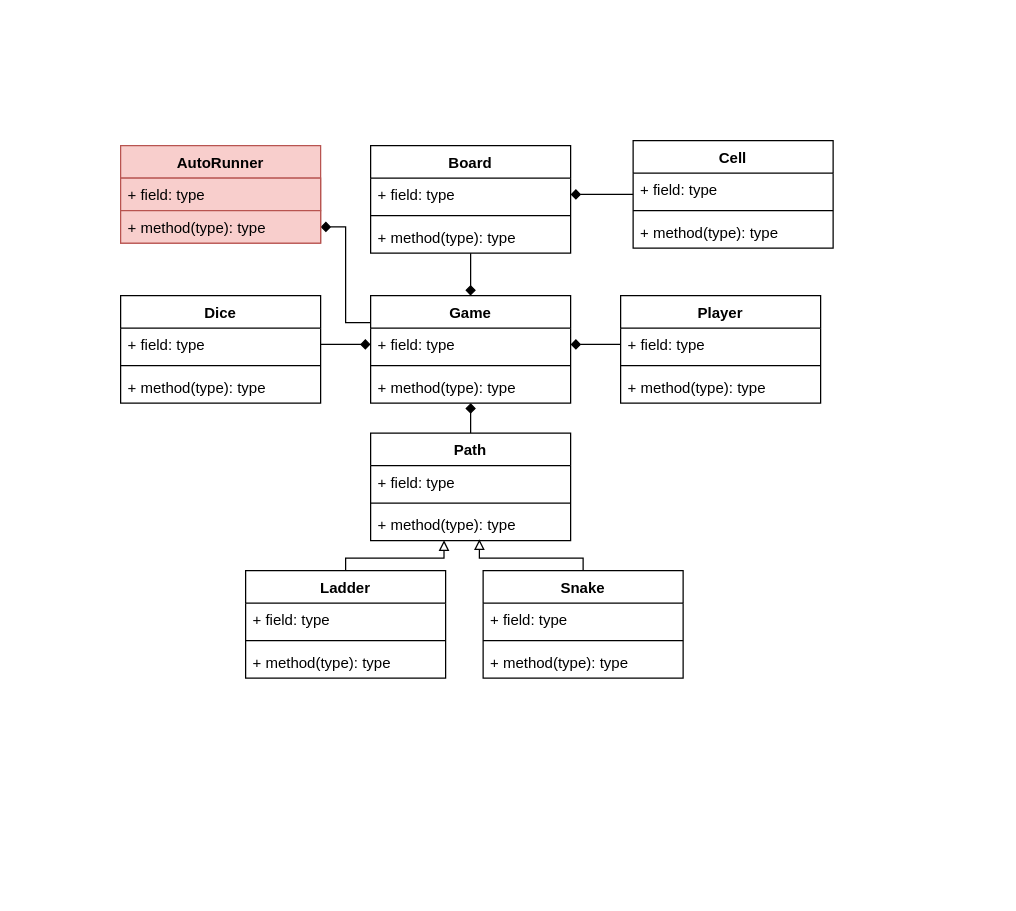
Before: SnakeAndLadder/SnakeAndLadder.drawio in graypacket/lldproblems, a draw.io diagram. Source tidied: cells renumbered, new cells numbered last; positions are measured from the earlier drawing's top-left corner, leaving out a move shared by most shapes. Both pictures are drawn from the tidied source at 125%, with x=0, y=0 at pixel (120, 140).
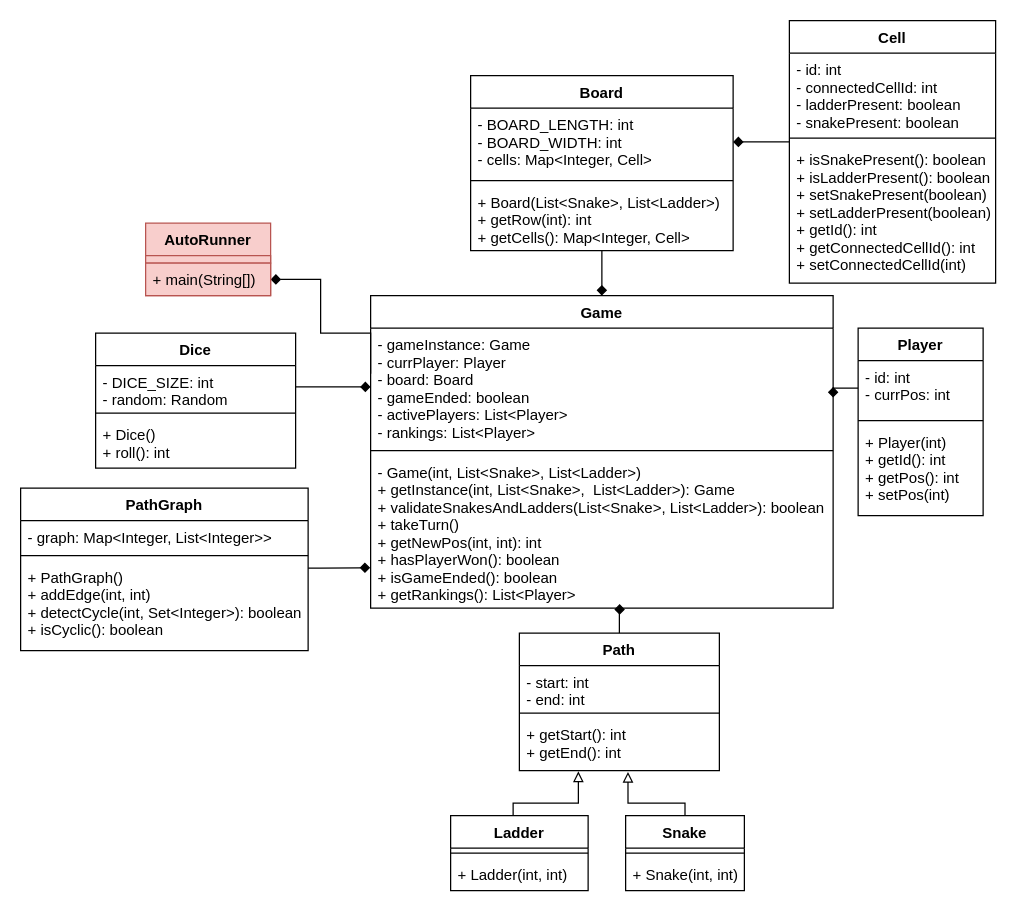
Above is the later version.

Diff of the diagram source:
```diff
@@
     <mxCell id="2" style="edgeStyle=orthogonalEdgeStyle;rounded=0;jettySize=auto;html=1;entryX=0.5;entryY=0;entryDx=0;entryDy=0;endArrow=diamond;endFill=1;" parent="1" edge="1" source="3" target="8">
-      <mxGeometry relative="1" as="geometry" />
+      <mxGeometry relative="1" as="geometry">
+        <Array as="points">
+          <mxPoint x="385" y="74" />
+          <mxPoint x="385" y="74" />
+        </Array>
+      </mxGeometry>
     </mxCell>
     <mxCell id="3" value="Board" style="swimlane;fontStyle=1;align=center;verticalAlign=top;horizontal=1;startSize=26;" parent="1" vertex="1">
-      <mxGeometry x="200" y="4" width="160" height="86" as="geometry" />
+      <mxGeometry x="280" y="-52" width="210" height="140" as="geometry" />
     </mxCell>
-    <mxCell id="4" value="+ field: type" style="text;strokeColor=none;fillColor=none;align=left;verticalAlign=top;spacingLeft=4;spacingRight=4;overflow=hidden;points=[[0,0.5],[1,0.5]];portConstraint=eastwest;" parent="3" vertex="1">
-      <mxGeometry y="26" width="160" height="26" as="geometry" />
+    <mxCell id="4" value="- BOARD_LENGTH: int&#10;- BOARD_WIDTH: int&#10;- cells: Map&lt;Integer, Cell&gt;" style="text;strokeColor=none;fillColor=none;align=left;verticalAlign=top;spacingLeft=4;spacingRight=4;overflow=hidden;points=[[0,0.5],[1,0.5]];portConstraint=eastwest;" parent="3" vertex="1">
+      <mxGeometry y="26" width="210" height="54" as="geometry" />
     </mxCell>
     <mxCell id="5" style="line;strokeWidth=1;fillColor=none;align=left;verticalAlign=middle;spacingTop=-1;spacingLeft=3;spacingRight=3;labelPosition=right;" parent="3" vertex="1">
-      <mxGeometry y="52" width="160" height="8" as="geometry" />
+      <mxGeometry y="80" width="210" height="8" as="geometry" />
     </mxCell>
-    <mxCell id="6" value="+ method(type): type" style="text;strokeColor=none;fillColor=none;align=left;verticalAlign=top;spacingLeft=4;spacingRight=4;overflow=hidden;" parent="3" vertex="1">
-      <mxGeometry y="60" width="160" height="26" as="geometry" />
+    <mxCell id="6" value="+ Board(List&lt;Snake&gt;, List&lt;Ladder&gt;)&#10;+ getRow(int): int&#10;+ getCells(): Map&lt;Integer, Cell&gt;&#10;" style="text;strokeColor=none;fillColor=none;align=left;verticalAlign=top;spacingLeft=4;spacingRight=4;overflow=hidden;" parent="3" vertex="1">
+      <mxGeometry y="88" width="210" height="52" as="geometry" />
     </mxCell>
     <mxCell id="7" style="edgeStyle=orthogonalEdgeStyle;rounded=0;jettySize=auto;html=1;exitX=0;exitY=0.25;exitDx=0;exitDy=0;endArrow=diamond;endFill=1;" parent="1" edge="1" source="8" target="40">
-      <mxGeometry relative="1" as="geometry" />
+      <mxGeometry relative="1" as="geometry">
+        <Array as="points">
+          <mxPoint x="200" y="154" />
+          <mxPoint x="160" y="154" />
+          <mxPoint x="160" y="111" />
+        </Array>
+      </mxGeometry>
     </mxCell>
     <mxCell id="8" value="Game" style="swimlane;fontStyle=1;align=center;verticalAlign=top;horizontal=1;startSize=26;" parent="1" vertex="1">
-      <mxGeometry x="200" y="124" width="160" height="86" as="geometry" />
+      <mxGeometry x="200" y="124" width="370" height="250" as="geometry" />
     </mxCell>
-    <mxCell id="9" value="+ field: type" style="text;strokeColor=none;fillColor=none;align=left;verticalAlign=top;spacingLeft=4;spacingRight=4;overflow=hidden;points=[[0,0.5],[1,0.5]];portConstraint=eastwest;" parent="8" vertex="1">
-      <mxGeometry y="26" width="160" height="26" as="geometry" />
+    <mxCell id="9" value="- gameInstance: Game&#10;- currPlayer: Player&#10;- board: Board&#10;- gameEnded: boolean&#10;- activePlayers: List&lt;Player&gt;&#10;- rankings: List&lt;Player&gt;" style="text;strokeColor=none;fillColor=none;align=left;verticalAlign=top;spacingLeft=4;spacingRight=4;overflow=hidden;points=[[0,0.5],[1,0.5]];portConstraint=eastwest;" parent="8" vertex="1">
+      <mxGeometry y="26" width="370" height="94" as="geometry" />
     </mxCell>
     <mxCell id="10" style="line;strokeWidth=1;fillColor=none;align=left;verticalAlign=middle;spacingTop=-1;spacingLeft=3;spacingRight=3;labelPosition=right;" parent="8" vertex="1">
-      <mxGeometry y="52" width="160" height="8" as="geometry" />
+      <mxGeometry y="120" width="370" height="8" as="geometry" />
     </mxCell>
-    <mxCell id="11" value="+ method(type): type" style="text;strokeColor=none;fillColor=none;align=left;verticalAlign=top;spacingLeft=4;spacingRight=4;overflow=hidden;points=[[0,0.5],[1,0.5]];portConstraint=eastwest;" parent="8" vertex="1">
-      <mxGeometry y="60" width="160" height="26" as="geometry" />
+    <mxCell id="11" value="- Game(int, List&lt;Snake&gt;, List&lt;Ladder&gt;)&#10;+ getInstance(int, List&lt;Snake&gt;,  List&lt;Ladder&gt;): Game&#10;+ validateSnakesAndLadders(List&lt;Snake&gt;, List&lt;Ladder&gt;): boolean&#10;+ takeTurn()&#10;+ getNewPos(int, int): int&#10;+ hasPlayerWon(): boolean&#10;+ isGameEnded(): boolean&#10;+ getRankings(): List&lt;Player&gt;&#10;" style="text;strokeColor=none;fillColor=none;align=left;verticalAlign=top;spacingLeft=4;spacingRight=4;overflow=hidden;points=[[0,0.5],[1,0.5]];portConstraint=eastwest;" parent="8" vertex="1">
+      <mxGeometry y="128" width="370" height="122" as="geometry" />
     </mxCell>
     <mxCell id="12" value="Player" style="swimlane;fontStyle=1;align=center;verticalAlign=top;horizontal=1;startSize=26;" parent="1" vertex="1">
-      <mxGeometry x="400" y="124" width="160" height="86" as="geometry" />
+      <mxGeometry x="590" y="150" width="100" height="150" as="geometry" />
     </mxCell>
-    <mxCell id="13" value="+ field: type" style="text;strokeColor=none;fillColor=none;align=left;verticalAlign=top;spacingLeft=4;spacingRight=4;overflow=hidden;points=[[0,0.5],[1,0.5]];portConstraint=eastwest;" parent="12" vertex="1">
-      <mxGeometry y="26" width="160" height="26" as="geometry" />
+    <mxCell id="13" value="- id: int&#10;- currPos: int" style="text;strokeColor=none;fillColor=none;align=left;verticalAlign=top;spacingLeft=4;spacingRight=4;overflow=hidden;points=[[0,0.5],[1,0.5]];portConstraint=eastwest;" parent="12" vertex="1">
+      <mxGeometry y="26" width="100" height="44" as="geometry" />
     </mxCell>
     <mxCell id="14" style="line;strokeWidth=1;fillColor=none;align=left;verticalAlign=middle;spacingTop=-1;spacingLeft=3;spacingRight=3;labelPosition=right;" parent="12" vertex="1">
-      <mxGeometry y="52" width="160" height="8" as="geometry" />
+      <mxGeometry y="70" width="100" height="8" as="geometry" />
     </mxCell>
-    <mxCell id="15" value="+ method(type): type" style="text;strokeColor=none;fillColor=none;align=left;verticalAlign=top;spacingLeft=4;spacingRight=4;overflow=hidden;" parent="12" vertex="1">
-      <mxGeometry y="60" width="160" height="26" as="geometry" />
+    <mxCell id="15" value="+ Player(int)&#10;+ getId(): int&#10;+ getPos(): int&#10;+ setPos(int)" style="text;strokeColor=none;fillColor=none;align=left;verticalAlign=top;spacingLeft=4;spacingRight=4;overflow=hidden;" parent="12" vertex="1">
+      <mxGeometry y="78" width="100" height="72" as="geometry" />
     </mxCell>
     <mxCell id="16" value="Dice" style="swimlane;fontStyle=1;align=center;verticalAlign=top;horizontal=1;startSize=26;" parent="1" vertex="1">
-      <mxGeometry y="124" width="160" height="86" as="geometry" />
+      <mxGeometry x="-20" y="154" width="160" height="108" as="geometry" />
     </mxCell>
-    <mxCell id="17" value="+ field: type" style="text;strokeColor=none;fillColor=none;align=left;verticalAlign=top;spacingLeft=4;spacingRight=4;overflow=hidden;points=[[0,0.5],[1,0.5]];portConstraint=eastwest;" parent="16" vertex="1">
-      <mxGeometry y="26" width="160" height="26" as="geometry" />
+    <mxCell id="17" value="- DICE_SIZE: int&#10;- random: Random" style="text;strokeColor=none;fillColor=none;align=left;verticalAlign=top;spacingLeft=4;spacingRight=4;overflow=hidden;points=[[0,0.5],[1,0.5]];portConstraint=eastwest;" parent="16" vertex="1">
+      <mxGeometry y="26" width="160" height="34" as="geometry" />
     </mxCell>
     <mxCell id="18" style="line;strokeWidth=1;fillColor=none;align=left;verticalAlign=middle;spacingTop=-1;spacingLeft=3;spacingRight=3;labelPosition=right;" parent="16" vertex="1">
-      <mxGeometry y="52" width="160" height="8" as="geometry" />
+      <mxGeometry y="60" width="160" height="8" as="geometry" />
     </mxCell>
-    <mxCell id="19" value="+ method(type): type" style="text;strokeColor=none;fillColor=none;align=left;verticalAlign=top;spacingLeft=4;spacingRight=4;overflow=hidden;" parent="16" vertex="1">
-      <mxGeometry y="60" width="160" height="26" as="geometry" />
+    <mxCell id="19" value="+ Dice()&#10;+ roll(): int" style="text;strokeColor=none;fillColor=none;align=left;verticalAlign=top;spacingLeft=4;spacingRight=4;overflow=hidden;" parent="16" vertex="1">
+      <mxGeometry y="68" width="160" height="40" as="geometry" />
     </mxCell>
-    <mxCell id="20" style="edgeStyle=orthogonalEdgeStyle;rounded=0;jettySize=auto;html=1;entryX=0.544;entryY=0.96;entryDx=0;entryDy=0;entryPerimeter=0;endArrow=block;endFill=0;" parent="1" edge="1" source="21" target="36">
+    <mxCell id="20" style="edgeStyle=orthogonalEdgeStyle;rounded=0;jettySize=auto;html=1;entryX=0.543;entryY=1.024;entryDx=0;entryDy=0;entryPerimeter=0;endArrow=block;endFill=0;" parent="1" edge="1" source="21" target="36">
       <mxGeometry relative="1" as="geometry">
         <Array as="points">
-          <mxPoint x="370" y="334" />
-          <mxPoint x="287" y="334" />
+          <mxPoint x="452" y="530" />
+          <mxPoint x="406" y="530" />
         </Array>
       </mxGeometry>
     </mxCell>
     <mxCell id="21" value="Snake" style="swimlane;fontStyle=1;align=center;verticalAlign=top;horizontal=1;startSize=26;" parent="1" vertex="1">
-      <mxGeometry x="290" y="344" width="160" height="86" as="geometry" />
+      <mxGeometry x="404" y="540" width="95" height="60" as="geometry" />
     </mxCell>
-    <mxCell id="22" value="+ field: type" style="text;strokeColor=none;fillColor=none;align=left;verticalAlign=top;spacingLeft=4;spacingRight=4;overflow=hidden;" parent="21" vertex="1">
-      <mxGeometry y="26" width="160" height="26" as="geometry" />
-    </mxCell>
     <mxCell id="23" style="line;strokeWidth=1;fillColor=none;align=left;verticalAlign=middle;spacingTop=-1;spacingLeft=3;spacingRight=3;labelPosition=right;" parent="21" vertex="1">
-      <mxGeometry y="52" width="160" height="8" as="geometry" />
+      <mxGeometry y="26" width="95" height="8" as="geometry" />
     </mxCell>
-    <mxCell id="24" value="+ method(type): type" style="text;strokeColor=none;fillColor=none;align=left;verticalAlign=top;spacingLeft=4;spacingRight=4;overflow=hidden;" parent="21" vertex="1">
-      <mxGeometry y="60" width="160" height="26" as="geometry" />
+    <mxCell id="24" value="+ Snake(int, int)" style="text;strokeColor=none;fillColor=none;align=left;verticalAlign=top;spacingLeft=4;spacingRight=4;overflow=hidden;" parent="21" vertex="1">
+      <mxGeometry y="34" width="95" height="26" as="geometry" />
     </mxCell>
-    <mxCell id="25" style="edgeStyle=orthogonalEdgeStyle;rounded=0;jettySize=auto;html=1;entryX=0.367;entryY=0.987;entryDx=0;entryDy=0;entryPerimeter=0;endArrow=block;endFill=0;" parent="1" edge="1" source="26" target="36">
+    <mxCell id="25" style="edgeStyle=orthogonalEdgeStyle;rounded=0;jettySize=auto;html=1;endArrow=block;endFill=0;entryX=0.295;entryY=1.014;entryDx=0;entryDy=0;entryPerimeter=0;" parent="1" edge="1" source="26" target="36">
       <mxGeometry relative="1" as="geometry">
         <Array as="points">
-          <mxPoint x="180" y="334" />
-          <mxPoint x="259" y="334" />
+          <mxPoint x="314" y="530" />
+          <mxPoint x="366" y="530" />
         </Array>
       </mxGeometry>
     </mxCell>
     <mxCell id="26" value="Ladder" style="swimlane;fontStyle=1;align=center;verticalAlign=top;horizontal=1;startSize=26;" parent="1" vertex="1">
-      <mxGeometry x="100" y="344" width="160" height="86" as="geometry" />
+      <mxGeometry x="264" y="540" width="110" height="60" as="geometry" />
     </mxCell>
-    <mxCell id="27" value="+ field: type" style="text;strokeColor=none;fillColor=none;align=left;verticalAlign=top;spacingLeft=4;spacingRight=4;overflow=hidden;" parent="26" vertex="1">
-      <mxGeometry y="26" width="160" height="26" as="geometry" />
-    </mxCell>
     <mxCell id="28" style="line;strokeWidth=1;fillColor=none;align=left;verticalAlign=middle;spacingTop=-1;spacingLeft=3;spacingRight=3;labelPosition=right;" parent="26" vertex="1">
-      <mxGeometry y="52" width="160" height="8" as="geometry" />
+      <mxGeometry y="26" width="110" height="8" as="geometry" />
     </mxCell>
-    <mxCell id="29" value="+ method(type): type" style="text;strokeColor=none;fillColor=none;align=left;verticalAlign=top;spacingLeft=4;spacingRight=4;overflow=hidden;" parent="26" vertex="1">
-      <mxGeometry y="60" width="160" height="26" as="geometry" />
+    <mxCell id="29" value="+ Ladder(int, int)" style="text;strokeColor=none;fillColor=none;align=left;verticalAlign=top;spacingLeft=4;spacingRight=4;overflow=hidden;" parent="26" vertex="1">
+      <mxGeometry y="34" width="110" height="26" as="geometry" />
     </mxCell>
@@
-    <mxCell id="32" style="edgeStyle=orthogonalEdgeStyle;rounded=0;jettySize=auto;html=1;entryX=0.5;entryY=1;entryDx=0;entryDy=0;endArrow=diamond;endFill=1;" parent="1" edge="1" source="33" target="8">
-      <mxGeometry relative="1" as="geometry" />
+    <mxCell id="32" style="edgeStyle=orthogonalEdgeStyle;rounded=0;jettySize=auto;html=1;endArrow=diamond;endFill=1;exitX=0.5;exitY=0;exitDx=0;exitDy=0;" parent="1" edge="1" source="33">
+      <mxGeometry relative="1" as="geometry">
+        <mxPoint x="395" y="375" as="targetPoint" />
+        <Array as="points">
+          <mxPoint x="395" y="375" />
+        </Array>
+      </mxGeometry>
     </mxCell>
     <mxCell id="33" value="Path" style="swimlane;fontStyle=1;align=center;verticalAlign=top;horizontal=1;startSize=26;" parent="1" vertex="1">
-      <mxGeometry x="200" y="234" width="160" height="86" as="geometry" />
+      <mxGeometry x="319" y="394" width="160" height="110" as="geometry" />
     </mxCell>
-    <mxCell id="34" value="+ field: type" style="text;strokeColor=none;fillColor=none;align=left;verticalAlign=top;spacingLeft=4;spacingRight=4;overflow=hidden;" parent="33" vertex="1">
-      <mxGeometry y="26" width="160" height="26" as="geometry" />
+    <mxCell id="34" value="- start: int&#10;- end: int" style="text;strokeColor=none;fillColor=none;align=left;verticalAlign=top;spacingLeft=4;spacingRight=4;overflow=hidden;" parent="33" vertex="1">
+      <mxGeometry y="26" width="160" height="34" as="geometry" />
     </mxCell>
     <mxCell id="35" style="line;strokeWidth=1;fillColor=none;align=left;verticalAlign=middle;spacingTop=-1;spacingLeft=3;spacingRight=3;labelPosition=right;" parent="33" vertex="1">
-      <mxGeometry y="52" width="160" height="8" as="geometry" />
+      <mxGeometry y="60" width="160" height="8" as="geometry" />
     </mxCell>
-    <mxCell id="36" value="+ method(type): type" style="text;strokeColor=none;fillColor=none;align=left;verticalAlign=top;spacingLeft=4;spacingRight=4;overflow=hidden;points=[[0,0.5],[1,0.5]];portConstraint=eastwest;" parent="33" vertex="1">
-      <mxGeometry y="60" width="160" height="26" as="geometry" />
+    <mxCell id="36" value="+ getStart(): int&#10;+ getEnd(): int" style="text;strokeColor=none;fillColor=none;align=left;verticalAlign=top;spacingLeft=4;spacingRight=4;overflow=hidden;points=[[0,0.5],[1,0.5]];portConstraint=eastwest;" parent="33" vertex="1">
+      <mxGeometry y="68" width="160" height="42" as="geometry" />
     </mxCell>
     <mxCell id="37" value="AutoRunner" style="swimlane;fontStyle=1;align=center;verticalAlign=top;horizontal=1;startSize=26;fillColor=#f8cecc;strokeColor=#b85450;" parent="1" vertex="1">
-      <mxGeometry y="4" width="160" height="78" as="geometry" />
+      <mxGeometry x="20" y="66" width="100" height="58" as="geometry" />
     </mxCell>
-    <mxCell id="38" value="+ field: type" style="text;strokeColor=#b85450;fillColor=#f8cecc;align=left;verticalAlign=top;spacingLeft=4;spacingRight=4;overflow=hidden;" parent="37" vertex="1">
-      <mxGeometry y="26" width="160" height="26" as="geometry" />
+    <mxCell id="38" style="text;strokeColor=#b85450;fillColor=#f8cecc;align=left;verticalAlign=top;spacingLeft=4;spacingRight=4;overflow=hidden;" parent="37" vertex="1">
+      <mxGeometry y="26" width="100" height="6" as="geometry" />
     </mxCell>
     <mxCell id="39" style="line;strokeWidth=1;fillColor=none;align=left;verticalAlign=middle;spacingTop=-1;spacingLeft=3;spacingRight=3;labelPosition=right;" parent="37" vertex="1">
-      <mxGeometry y="52" width="160" as="geometry" />
+      <mxGeometry y="32" width="100" as="geometry" />
     </mxCell>
-    <mxCell id="40" value="+ method(type): type" style="text;strokeColor=#b85450;fillColor=#f8cecc;align=left;verticalAlign=top;spacingLeft=4;spacingRight=4;overflow=hidden;points=[[0,0.5],[1,0.5]];portConstraint=eastwest;" parent="37" vertex="1">
-      <mxGeometry y="52" width="160" height="26" as="geometry" />
+    <mxCell id="40" value="+ main(String[])" style="text;strokeColor=#b85450;fillColor=#f8cecc;align=left;verticalAlign=top;spacingLeft=4;spacingRight=4;overflow=hidden;points=[[0,0.5],[1,0.5]];portConstraint=eastwest;" parent="37" vertex="1">
+      <mxGeometry y="32" width="100" height="26" as="geometry" />
     </mxCell>
     <mxCell id="41" style="edgeStyle=orthogonalEdgeStyle;rounded=0;jettySize=auto;html=1;entryX=1;entryY=0.5;entryDx=0;entryDy=0;endArrow=diamond;endFill=1;" parent="1" edge="1" source="42" target="4">
-      <mxGeometry relative="1" as="geometry" />
+      <mxGeometry relative="1" as="geometry">
+        <Array as="points">
+          <mxPoint x="520" y="1" />
+          <mxPoint x="520" y="1" />
+        </Array>
+      </mxGeometry>
     </mxCell>
     <mxCell id="42" value="Cell" style="swimlane;fontStyle=1;align=center;verticalAlign=top;horizontal=1;startSize=26;" parent="1" vertex="1">
-      <mxGeometry x="410" width="160" height="86" as="geometry" />
+      <mxGeometry x="535" y="-96" width="165" height="210" as="geometry" />
     </mxCell>
-    <mxCell id="43" value="+ field: type" style="text;strokeColor=none;fillColor=none;align=left;verticalAlign=top;spacingLeft=4;spacingRight=4;overflow=hidden;" parent="42" vertex="1">
-      <mxGeometry y="26" width="160" height="26" as="geometry" />
+    <mxCell id="43" value="- id: int&#10;- connectedCellId: int&#10;- ladderPresent: boolean&#10;- snakePresent: boolean" style="text;strokeColor=none;fillColor=none;align=left;verticalAlign=top;spacingLeft=4;spacingRight=4;overflow=hidden;" parent="42" vertex="1">
+      <mxGeometry y="26" width="165" height="64" as="geometry" />
     </mxCell>
     <mxCell id="44" style="line;strokeWidth=1;fillColor=none;align=left;verticalAlign=middle;spacingTop=-1;spacingLeft=3;spacingRight=3;labelPosition=right;" parent="42" vertex="1">
-      <mxGeometry y="52" width="160" height="8" as="geometry" />
+      <mxGeometry y="90" width="165" height="8" as="geometry" />
     </mxCell>
-    <mxCell id="45" value="+ method(type): type" style="text;strokeColor=none;fillColor=none;align=left;verticalAlign=top;spacingLeft=4;spacingRight=4;overflow=hidden;" parent="42" vertex="1">
-      <mxGeometry y="60" width="160" height="26" as="geometry" />
+    <mxCell id="45" value="+ isSnakePresent(): boolean&#10;+ isLadderPresent(): boolean&#10;+ setSnakePresent(boolean)&#10;+ setLadderPresent(boolean)&#10;+ getId(): int&#10;+ getConnectedCellId(): int&#10;+ setConnectedCellId(int)" style="text;strokeColor=none;fillColor=none;align=left;verticalAlign=top;spacingLeft=4;spacingRight=4;overflow=hidden;" parent="42" vertex="1">
+      <mxGeometry y="98" width="165" height="112" as="geometry" />
     </mxCell>
+    <mxCell id="46" style="edgeStyle=orthogonalEdgeStyle;rounded=0;jettySize=auto;html=1;entryX=-0.001;entryY=0.735;entryDx=0;entryDy=0;entryPerimeter=0;endArrow=diamond;endFill=1;" parent="1" edge="1" source="47" target="11">
+      <mxGeometry relative="1" as="geometry">
+        <Array as="points">
+          <mxPoint x="160" y="342" />
+          <mxPoint x="160" y="342" />
+        </Array>
+      </mxGeometry>
+    </mxCell>
+    <mxCell id="47" value="PathGraph" style="swimlane;fontStyle=1;align=center;verticalAlign=top;horizontal=1;startSize=26;" parent="1" vertex="1">
+      <mxGeometry x="-80" y="278" width="230" height="130" as="geometry" />
+    </mxCell>
+    <mxCell id="48" value="- graph: Map&lt;Integer, List&lt;Integer&gt;&gt;" style="text;strokeColor=none;fillColor=none;align=left;verticalAlign=top;spacingLeft=4;spacingRight=4;overflow=hidden;" parent="47" vertex="1">
+      <mxGeometry y="26" width="230" height="24" as="geometry" />
+    </mxCell>
+    <mxCell id="49" style="line;strokeWidth=1;fillColor=none;align=left;verticalAlign=middle;spacingTop=-1;spacingLeft=3;spacingRight=3;labelPosition=right;" parent="47" vertex="1">
+      <mxGeometry y="50" width="230" height="8" as="geometry" />
+    </mxCell>
+    <mxCell id="50" value="+ PathGraph()&#10;+ addEdge(int, int)&#10;+ detectCycle(int, Set&lt;Integer&gt;): boolean&#10;+ isCyclic(): boolean" style="text;strokeColor=none;fillColor=none;align=left;verticalAlign=top;spacingLeft=4;spacingRight=4;overflow=hidden;" parent="47" vertex="1">
+      <mxGeometry y="58" width="230" height="72" as="geometry" />
+    </mxCell>
```
